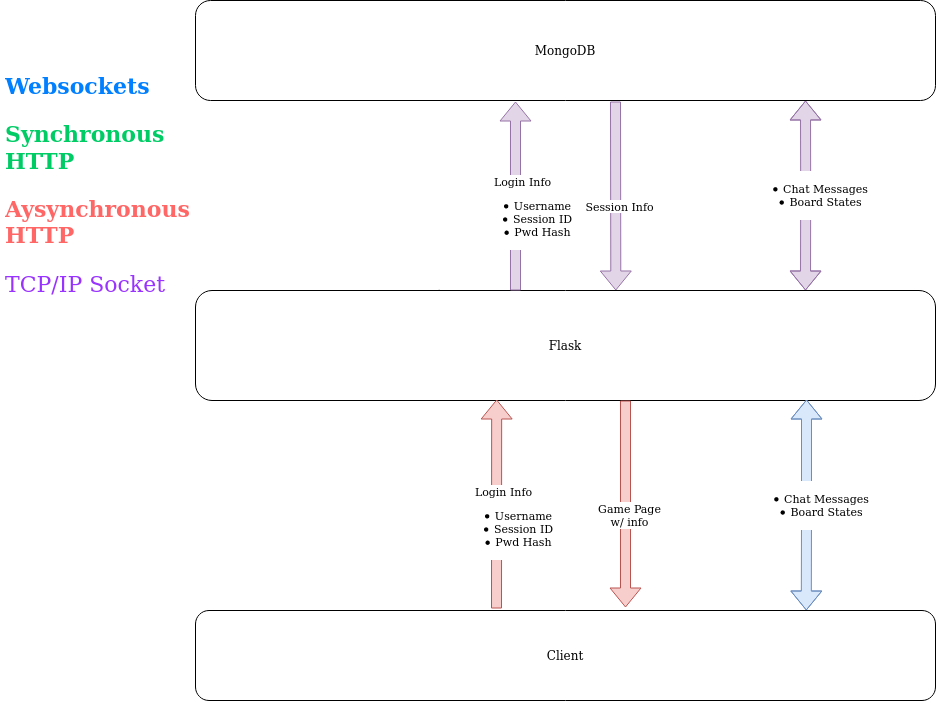
Before: documentation/pyStratego.png, a diagram exported from draw.io (djjansen/pyStratego). Source tidied: cells renumbered, new cells last; positions are measured from the earlier drawing's top-left corner, leaving out a move shared by most shapes.
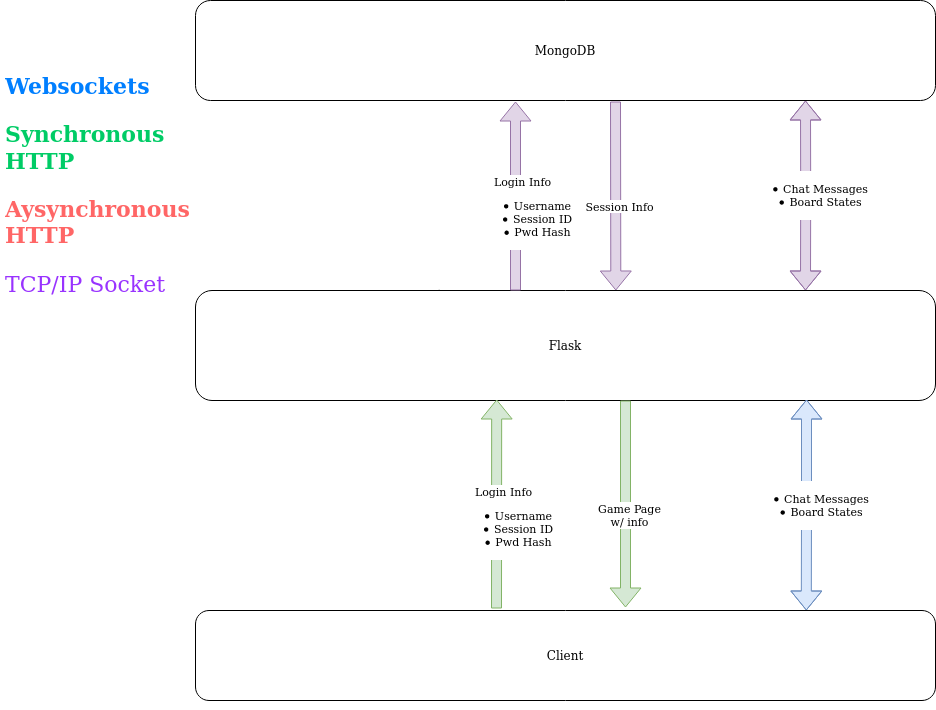
After the change.

What changed in the source:
```diff
@@ -31,7 +31,7 @@
         </Array>
       </mxGeometry>
     </mxCell>
-    <mxCell id="9" style="shape=flexArrow;endArrow=classic;html=1;entryX=0.407;entryY=0.991;entryDx=0;entryDy=0;entryPerimeter=0;fillColor=#f8cecc;strokeColor=#b85450;" parent="1" edge="1" target="7">
+    <mxCell id="9" style="shape=flexArrow;endArrow=classic;html=1;entryX=0.407;entryY=0.991;entryDx=0;entryDy=0;entryPerimeter=0;fillColor=#d5e8d4;strokeColor=#82b366;" parent="1" edge="1" target="7">
       <mxGeometry relative="1" as="geometry">
         <mxPoint x="496" y="608" as="sourcePoint" />
       </mxGeometry>
@@ -56,7 +56,7 @@
     <mxCell id="14" value="Session Info" style="edgeLabel;html=1;align=center;verticalAlign=middle;" parent="13" vertex="1">
       <mxGeometry x="0.11" y="3" relative="1" as="geometry" />
     </mxCell>
-    <mxCell id="15" style="shape=flexArrow;endArrow=classic;html=1;fillColor=#f8cecc;strokeColor=#b85450;" parent="1" edge="1">
+    <mxCell id="15" style="shape=flexArrow;endArrow=classic;html=1;fillColor=#d5e8d4;strokeColor=#82b366;" parent="1" edge="1">
       <mxGeometry relative="1" as="geometry">
         <mxPoint x="625" y="400" as="sourcePoint" />
         <mxPoint x="625" y="607" as="targetPoint" />
```
